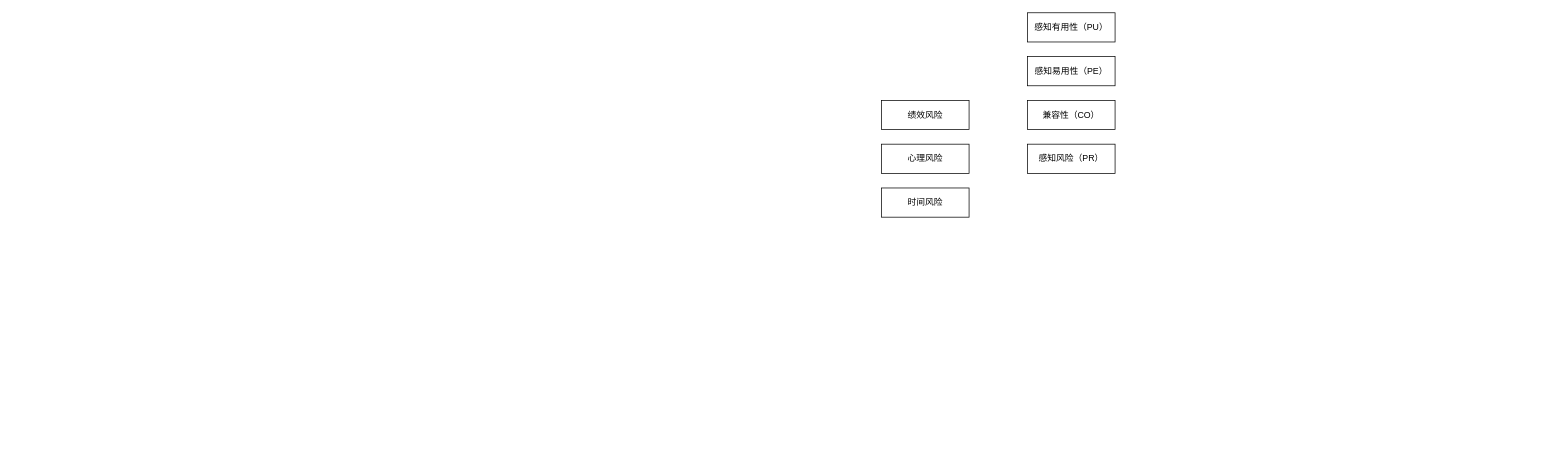
This is page "DTPB" (3 of 8) of js/strategyrTree.drawio from feiaaa/a-python-proj-crawler, a draw.io file, before an edit. Source tidied: cells renumbered, new cells numbered last; positions are measured from the earlier drawing's top-left corner, leaving out a move shared by most shapes. Both pictures are drawn from the tidied source at 73%, with x=0, y=0 at pixel (881, 12).
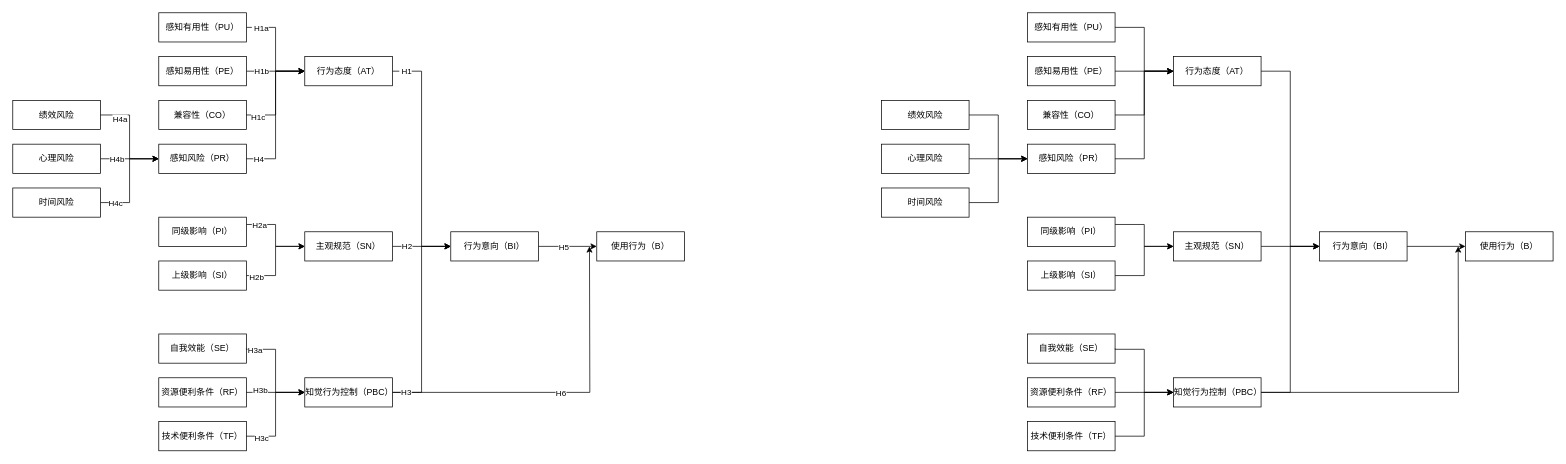
The same page after the edit.

Unchanged cells that the change refers to:
```xml
<mxCell id="2" value="感知有用性（PU）" style="rounded=0;whiteSpace=wrap;html=1;" parent="1" vertex="1">
  <mxGeometry x="200" width="120" height="40" as="geometry" />
</mxCell>
<mxCell id="3" value="感知易用性（PE）" style="rounded=0;whiteSpace=wrap;html=1;" parent="1" vertex="1">
  <mxGeometry x="200" y="60" width="120" height="40" as="geometry" />
</mxCell>
<mxCell id="5" value="感知风险（PR）" style="rounded=0;whiteSpace=wrap;html=1;" parent="1" vertex="1">
  <mxGeometry x="200" y="180" width="120" height="40" as="geometry" />
</mxCell>
<mxCell id="6" value="绩效风险" style="rounded=0;whiteSpace=wrap;html=1;" parent="1" vertex="1">
  <mxGeometry y="120" width="120" height="40" as="geometry" />
</mxCell>
<mxCell id="7" value="心理风险" style="rounded=0;whiteSpace=wrap;html=1;" parent="1" vertex="1">
  <mxGeometry y="180" width="120" height="40" as="geometry" />
</mxCell>
<mxCell id="8" value="时间风险" style="rounded=0;whiteSpace=wrap;html=1;" parent="1" vertex="1">
  <mxGeometry y="240" width="120" height="40" as="geometry" />
</mxCell>
```

The edit, as a diff of the source:
```diff
@@
+    <mxCell id="9" style="edgeStyle=orthogonalEdgeStyle;rounded=0;jettySize=auto;html=1;exitX=1;exitY=0.5;exitDx=0;exitDy=0;entryX=0;entryY=0.5;entryDx=0;entryDy=0;" parent="1" edge="1" source="2" target="22">
+      <mxGeometry relative="1" as="geometry" />
+    </mxCell>
@@
+    <mxCell id="10" style="edgeStyle=orthogonalEdgeStyle;rounded=0;jettySize=auto;html=1;exitX=1;exitY=0.5;exitDx=0;exitDy=0;entryX=0;entryY=0.5;entryDx=0;entryDy=0;" parent="1" edge="1" source="3" target="22">
+      <mxGeometry relative="1" as="geometry" />
+    </mxCell>
@@
+    <mxCell id="11" style="edgeStyle=orthogonalEdgeStyle;rounded=0;jettySize=auto;html=1;exitX=1;exitY=0.5;exitDx=0;exitDy=0;entryX=0;entryY=0.5;entryDx=0;entryDy=0;" parent="1" edge="1" source="6" target="5">
+      <mxGeometry relative="1" as="geometry" />
+    </mxCell>
@@
+    <mxCell id="12" style="edgeStyle=orthogonalEdgeStyle;rounded=0;jettySize=auto;html=1;exitX=1;exitY=0.5;exitDx=0;exitDy=0;" parent="1" edge="1" source="7">
+      <mxGeometry relative="1" as="geometry">
+        <mxPoint x="200" y="200" as="targetPoint" />
+      </mxGeometry>
+    </mxCell>
@@
+    <mxCell id="13" style="edgeStyle=orthogonalEdgeStyle;rounded=0;jettySize=auto;html=1;exitX=1;exitY=0.5;exitDx=0;exitDy=0;" parent="1" edge="1" source="8">
+      <mxGeometry relative="1" as="geometry">
+        <mxPoint x="200" y="200" as="targetPoint" />
+        <Array as="points">
+          <mxPoint x="160" y="260" />
+          <mxPoint x="160" y="200" />
+        </Array>
+      </mxGeometry>
+    </mxCell>
@@
+    <mxCell id="14" style="edgeStyle=orthogonalEdgeStyle;rounded=0;jettySize=auto;html=1;exitX=1;exitY=0.25;exitDx=0;exitDy=0;entryX=0;entryY=0.5;entryDx=0;entryDy=0;" parent="1" edge="1" source="15" target="24">
+      <mxGeometry relative="1" as="geometry" />
+    </mxCell>
+    <mxCell id="15" value="同级影响（PI）" style="rounded=0;whiteSpace=wrap;html=1;" parent="1" vertex="1">
+      <mxGeometry x="200" y="280" width="120" height="40" as="geometry" />
+    </mxCell>
+    <mxCell id="16" style="edgeStyle=orthogonalEdgeStyle;rounded=0;jettySize=auto;html=1;exitX=1;exitY=0.5;exitDx=0;exitDy=0;entryX=0;entryY=0.5;entryDx=0;entryDy=0;" parent="1" edge="1" source="17" target="24">
+      <mxGeometry relative="1" as="geometry" />
+    </mxCell>
+    <mxCell id="17" value="上级影响（SI）" style="rounded=0;whiteSpace=wrap;html=1;" parent="1" vertex="1">
+      <mxGeometry x="200" y="340" width="120" height="40" as="geometry" />
+    </mxCell>
+    <mxCell id="18" value="自我效能（SE）" style="rounded=0;whiteSpace=wrap;html=1;" parent="1" vertex="1">
+      <mxGeometry x="200" y="440" width="120" height="40" as="geometry" />
+    </mxCell>
+    <mxCell id="19" value="资源便利条件（RF）" style="rounded=0;whiteSpace=wrap;html=1;" parent="1" vertex="1">
+      <mxGeometry x="200" y="500" width="120" height="40" as="geometry" />
+    </mxCell>
+    <mxCell id="20" value="技术便利条件（TF）" style="rounded=0;whiteSpace=wrap;html=1;" parent="1" vertex="1">
+      <mxGeometry x="200" y="560" width="120" height="40" as="geometry" />
+    </mxCell>
+    <mxCell id="21" style="edgeStyle=orthogonalEdgeStyle;rounded=0;jettySize=auto;html=1;exitX=1;exitY=0.5;exitDx=0;exitDy=0;entryX=0;entryY=0.5;entryDx=0;entryDy=0;" parent="1" edge="1" source="22" target="29">
+      <mxGeometry relative="1" as="geometry" />
+    </mxCell>
+    <mxCell id="22" value="行为态度（AT）" style="rounded=0;whiteSpace=wrap;html=1;" parent="1" vertex="1">
+      <mxGeometry x="400" y="60" width="120" height="40" as="geometry" />
+    </mxCell>
+    <mxCell id="23" style="edgeStyle=orthogonalEdgeStyle;rounded=0;jettySize=auto;html=1;exitX=1;exitY=0.5;exitDx=0;exitDy=0;entryX=0;entryY=0.5;entryDx=0;entryDy=0;" parent="1" edge="1" source="24" target="29">
+      <mxGeometry relative="1" as="geometry" />
+    </mxCell>
+    <mxCell id="24" value="主观规范（SN）" style="rounded=0;whiteSpace=wrap;html=1;" parent="1" vertex="1">
+      <mxGeometry x="400" y="300" width="120" height="40" as="geometry" />
+    </mxCell>
+    <mxCell id="25" style="edgeStyle=orthogonalEdgeStyle;rounded=0;jettySize=auto;html=1;exitX=1;exitY=0.5;exitDx=0;exitDy=0;entryX=0;entryY=0.5;entryDx=0;entryDy=0;" parent="1" edge="1" source="27" target="29">
+      <mxGeometry relative="1" as="geometry" />
+    </mxCell>
+    <mxCell id="26" style="edgeStyle=orthogonalEdgeStyle;rounded=0;jettySize=auto;html=1;exitX=1;exitY=0.5;exitDx=0;exitDy=0;" parent="1" edge="1" source="27">
+      <mxGeometry relative="1" as="geometry">
+        <mxPoint x="790" y="320" as="targetPoint" />
+      </mxGeometry>
+    </mxCell>
+    <mxCell id="27" value="知觉行为控制（PBC）" style="rounded=0;whiteSpace=wrap;html=1;" parent="1" vertex="1">
+      <mxGeometry x="400" y="500" width="120" height="40" as="geometry" />
+    </mxCell>
+    <mxCell id="28" style="edgeStyle=orthogonalEdgeStyle;rounded=0;jettySize=auto;html=1;exitX=1;exitY=0.5;exitDx=0;exitDy=0;entryX=0;entryY=0.5;entryDx=0;entryDy=0;" parent="1" edge="1" source="29" target="30">
+      <mxGeometry relative="1" as="geometry" />
+    </mxCell>
+    <mxCell id="29" value="行为意向（BI）" style="rounded=0;whiteSpace=wrap;html=1;" parent="1" vertex="1">
+      <mxGeometry x="600" y="300" width="120" height="40" as="geometry" />
+    </mxCell>
+    <mxCell id="30" value="使用行为（B）" style="rounded=0;whiteSpace=wrap;html=1;" parent="1" vertex="1">
+      <mxGeometry x="800" y="300" width="120" height="40" as="geometry" />
+    </mxCell>
+    <mxCell id="31" style="edgeStyle=orthogonalEdgeStyle;rounded=0;orthogonalLoop=1;jettySize=auto;html=1;exitX=1;exitY=0.5;exitDx=0;exitDy=0;" parent="1" edge="1">
+      <mxGeometry relative="1" as="geometry">
+        <mxPoint x="320" y="140" as="sourcePoint" />
+        <mxPoint x="400" y="80" as="targetPoint" />
+        <Array as="points">
+          <mxPoint x="360" y="140" />
+          <mxPoint x="360" y="80" />
+        </Array>
+      </mxGeometry>
+    </mxCell>
+    <mxCell id="32" style="edgeStyle=orthogonalEdgeStyle;rounded=0;jettySize=auto;html=1;exitX=1;exitY=0.5;exitDx=0;exitDy=0;entryX=0;entryY=0.5;entryDx=0;entryDy=0;" parent="1" edge="1" source="5" target="22">
+      <mxGeometry relative="1" as="geometry">
+        <Array as="points">
+          <mxPoint x="360" y="200" />
+          <mxPoint x="360" y="80" />
+        </Array>
+      </mxGeometry>
+    </mxCell>
+    <mxCell id="33" style="edgeStyle=orthogonalEdgeStyle;rounded=0;orthogonalLoop=1;jettySize=auto;html=1;exitX=1;exitY=0.5;exitDx=0;exitDy=0;entryX=0;entryY=0.5;entryDx=0;entryDy=0;" parent="1" edge="1">
+      <mxGeometry relative="1" as="geometry">
+        <mxPoint x="320" y="460" as="sourcePoint" />
+        <mxPoint x="400" y="520" as="targetPoint" />
+        <Array as="points">
+          <mxPoint x="360" y="461" />
+          <mxPoint x="360" y="520" />
+        </Array>
+      </mxGeometry>
+    </mxCell>
+    <mxCell id="34" style="edgeStyle=orthogonalEdgeStyle;rounded=0;orthogonalLoop=1;jettySize=auto;html=1;exitX=1;exitY=0.5;exitDx=0;exitDy=0;" parent="1" edge="1">
+      <mxGeometry relative="1" as="geometry">
+        <mxPoint x="320" y="520" as="sourcePoint" />
+        <mxPoint x="400" y="520" as="targetPoint" />
+      </mxGeometry>
+    </mxCell>
+    <mxCell id="35" style="edgeStyle=orthogonalEdgeStyle;rounded=0;orthogonalLoop=1;jettySize=auto;html=1;exitX=1;exitY=0.5;exitDx=0;exitDy=0;" parent="1" edge="1">
+      <mxGeometry relative="1" as="geometry">
+        <mxPoint x="320" y="580" as="sourcePoint" />
+        <mxPoint x="400" y="520" as="targetPoint" />
+        <Array as="points">
+          <mxPoint x="360" y="580" />
+          <mxPoint x="360" y="520" />
+        </Array>
+      </mxGeometry>
+    </mxCell>
+    <mxCell id="36" style="edgeStyle=orthogonalEdgeStyle;rounded=0;jettySize=auto;html=1;exitX=1;exitY=0.5;exitDx=0;exitDy=0;entryX=0;entryY=0.5;entryDx=0;entryDy=0;" parent="1" edge="1" source="38" target="64">
+      <mxGeometry relative="1" as="geometry" />
+    </mxCell>
+    <mxCell id="37" value="&amp;nbsp;H1a" style="edgeLabel;html=1;align=center;verticalAlign=middle;" parent="36" vertex="1">
+      <mxGeometry x="-0.74" relative="1" as="geometry" />
+    </mxCell>
+    <mxCell id="38" value="感知有用性（PU）" style="rounded=0;whiteSpace=wrap;html=1;" parent="1" vertex="1">
+      <mxGeometry x="-990" width="120" height="40" as="geometry" />
+    </mxCell>
+    <mxCell id="39" style="edgeStyle=orthogonalEdgeStyle;rounded=0;jettySize=auto;html=1;exitX=1;exitY=0.5;exitDx=0;exitDy=0;entryX=0;entryY=0.5;entryDx=0;entryDy=0;" parent="1" edge="1" source="41" target="64">
+      <mxGeometry relative="1" as="geometry" />
+    </mxCell>
+    <mxCell id="40" value="H1b" style="edgeLabel;html=1;align=center;verticalAlign=middle;" parent="39" vertex="1">
+      <mxGeometry x="-0.49" relative="1" as="geometry" />
+    </mxCell>
+    <mxCell id="41" value="感知易用性（PE）" style="rounded=0;whiteSpace=wrap;html=1;" parent="1" vertex="1">
+      <mxGeometry x="-990" y="60" width="120" height="40" as="geometry" />
+    </mxCell>
+    <mxCell id="42" value="兼容性（CO）" style="rounded=0;whiteSpace=wrap;html=1;" parent="1" vertex="1">
+      <mxGeometry x="-990" y="120" width="120" height="40" as="geometry" />
+    </mxCell>
+    <mxCell id="43" value="感知风险（PR）" style="rounded=0;whiteSpace=wrap;html=1;" parent="1" vertex="1">
+      <mxGeometry x="-990" y="180" width="120" height="40" as="geometry" />
+    </mxCell>
+    <mxCell id="44" style="edgeStyle=orthogonalEdgeStyle;rounded=0;jettySize=auto;html=1;exitX=1;exitY=0.5;exitDx=0;exitDy=0;entryX=0;entryY=0.5;entryDx=0;entryDy=0;" parent="1" edge="1" source="46" target="43">
+      <mxGeometry relative="1" as="geometry" />
+    </mxCell>
+    <mxCell id="45" value="H4a" style="edgeLabel;html=1;align=center;verticalAlign=middle;" parent="44" vertex="1">
+      <mxGeometry x="-0.64" y="-5" relative="1" as="geometry">
+        <mxPoint x="1" as="offset" />
+      </mxGeometry>
+    </mxCell>
+    <mxCell id="46" value="绩效风险" style="rounded=0;whiteSpace=wrap;html=1;" parent="1" vertex="1">
+      <mxGeometry x="-1190" y="120" width="120" height="40" as="geometry" />
+    </mxCell>
+    <mxCell id="47" style="edgeStyle=orthogonalEdgeStyle;rounded=0;jettySize=auto;html=1;exitX=1;exitY=0.5;exitDx=0;exitDy=0;" parent="1" edge="1" source="49">
+      <mxGeometry relative="1" as="geometry">
+        <mxPoint x="-990" y="200" as="targetPoint" />
+      </mxGeometry>
+    </mxCell>
+    <mxCell id="48" value="H4b" style="edgeLabel;html=1;align=center;verticalAlign=middle;" parent="47" vertex="1">
+      <mxGeometry x="-0.46" relative="1" as="geometry" />
+    </mxCell>
+    <mxCell id="49" value="心理风险" style="rounded=0;whiteSpace=wrap;html=1;" parent="1" vertex="1">
+      <mxGeometry x="-1190" y="180" width="120" height="40" as="geometry" />
+    </mxCell>
+    <mxCell id="50" style="edgeStyle=orthogonalEdgeStyle;rounded=0;jettySize=auto;html=1;exitX=1;exitY=0.5;exitDx=0;exitDy=0;" parent="1" edge="1" source="52">
+      <mxGeometry relative="1" as="geometry">
+        <mxPoint x="-990" y="200" as="targetPoint" />
+        <Array as="points">
+          <mxPoint x="-1030" y="260" />
+          <mxPoint x="-1030" y="200" />
+        </Array>
+      </mxGeometry>
+    </mxCell>
+    <mxCell id="51" value="H4c" style="edgeLabel;html=1;align=center;verticalAlign=middle;" parent="50" vertex="1">
+      <mxGeometry x="-0.71" relative="1" as="geometry" />
+    </mxCell>
+    <mxCell id="52" value="时间风险" style="rounded=0;whiteSpace=wrap;html=1;" parent="1" vertex="1">
+      <mxGeometry x="-1190" y="240" width="120" height="40" as="geometry" />
+    </mxCell>
+    <mxCell id="53" style="edgeStyle=orthogonalEdgeStyle;rounded=0;jettySize=auto;html=1;exitX=1;exitY=0.25;exitDx=0;exitDy=0;entryX=0;entryY=0.5;entryDx=0;entryDy=0;" parent="1" edge="1" source="55" target="67">
+      <mxGeometry relative="1" as="geometry" />
+    </mxCell>
+    <mxCell id="54" value="H2a" style="edgeLabel;html=1;align=center;verticalAlign=middle;" parent="53" vertex="1">
+      <mxGeometry x="-0.68" y="-1" relative="1" as="geometry">
+        <mxPoint x="-1" as="offset" />
+      </mxGeometry>
+    </mxCell>
+    <mxCell id="55" value="同级影响（PI）" style="rounded=0;whiteSpace=wrap;html=1;" parent="1" vertex="1">
+      <mxGeometry x="-990" y="280" width="120" height="40" as="geometry" />
+    </mxCell>
+    <mxCell id="56" style="edgeStyle=orthogonalEdgeStyle;rounded=0;jettySize=auto;html=1;exitX=1;exitY=0.5;exitDx=0;exitDy=0;entryX=0;entryY=0.5;entryDx=0;entryDy=0;" parent="1" edge="1" source="58" target="67">
+      <mxGeometry relative="1" as="geometry" />
+    </mxCell>
+    <mxCell id="57" value="H2b" style="edgeLabel;html=1;align=center;verticalAlign=middle;" parent="56" vertex="1">
+      <mxGeometry x="-0.76" y="-2" relative="1" as="geometry">
+        <mxPoint x="-1" as="offset" />
+      </mxGeometry>
+    </mxCell>
+    <mxCell id="58" value="上级影响（SI）" style="rounded=0;whiteSpace=wrap;html=1;" parent="1" vertex="1">
+      <mxGeometry x="-990" y="340" width="120" height="40" as="geometry" />
+    </mxCell>
+    <mxCell id="59" value="自我效能（SE）" style="rounded=0;whiteSpace=wrap;html=1;" parent="1" vertex="1">
+      <mxGeometry x="-990" y="440" width="120" height="40" as="geometry" />
+    </mxCell>
+    <mxCell id="60" value="资源便利条件（RF）" style="rounded=0;whiteSpace=wrap;html=1;" parent="1" vertex="1">
+      <mxGeometry x="-990" y="500" width="120" height="40" as="geometry" />
+    </mxCell>
+    <mxCell id="61" value="技术便利条件（TF）" style="rounded=0;whiteSpace=wrap;html=1;" parent="1" vertex="1">
+      <mxGeometry x="-990" y="560" width="120" height="40" as="geometry" />
+    </mxCell>
+    <mxCell id="62" style="edgeStyle=orthogonalEdgeStyle;rounded=0;jettySize=auto;html=1;exitX=1;exitY=0.5;exitDx=0;exitDy=0;entryX=0;entryY=0.5;entryDx=0;entryDy=0;" parent="1" edge="1" source="64" target="75">
+      <mxGeometry relative="1" as="geometry" />
+    </mxCell>
+    <mxCell id="63" value="&amp;nbsp;H1" style="edgeLabel;html=1;align=center;verticalAlign=middle;" parent="62" vertex="1">
+      <mxGeometry x="-0.89" relative="1" as="geometry">
+        <mxPoint x="-1" as="offset" />
+      </mxGeometry>
+    </mxCell>
+    <mxCell id="64" value="行为态度（AT）" style="rounded=0;whiteSpace=wrap;html=1;" parent="1" vertex="1">
+      <mxGeometry x="-790" y="60" width="120" height="40" as="geometry" />
+    </mxCell>
+    <mxCell id="65" style="edgeStyle=orthogonalEdgeStyle;rounded=0;jettySize=auto;html=1;exitX=1;exitY=0.5;exitDx=0;exitDy=0;entryX=0;entryY=0.5;entryDx=0;entryDy=0;" parent="1" edge="1" source="67" target="75">
+      <mxGeometry relative="1" as="geometry" />
+    </mxCell>
+    <mxCell id="66" value="H2" style="edgeLabel;html=1;align=center;verticalAlign=middle;" parent="65" vertex="1">
+      <mxGeometry x="-0.56" y="1" relative="1" as="geometry">
+        <mxPoint x="1" as="offset" />
+      </mxGeometry>
+    </mxCell>
+    <mxCell id="67" value="主观规范（SN）" style="rounded=0;whiteSpace=wrap;html=1;" parent="1" vertex="1">
+      <mxGeometry x="-790" y="300" width="120" height="40" as="geometry" />
+    </mxCell>
+    <mxCell id="68" style="edgeStyle=orthogonalEdgeStyle;rounded=0;jettySize=auto;html=1;exitX=1;exitY=0.5;exitDx=0;exitDy=0;entryX=0;entryY=0.5;entryDx=0;entryDy=0;" parent="1" edge="1" source="72" target="75">
+      <mxGeometry relative="1" as="geometry" />
+    </mxCell>
+    <mxCell id="69" style="edgeStyle=orthogonalEdgeStyle;rounded=0;jettySize=auto;html=1;exitX=1;exitY=0.5;exitDx=0;exitDy=0;" parent="1" edge="1" source="72">
+      <mxGeometry relative="1" as="geometry">
+        <mxPoint x="-400" y="320" as="targetPoint" />
+      </mxGeometry>
+    </mxCell>
+    <mxCell id="70" value="H3" style="edgeLabel;html=1;align=center;verticalAlign=middle;" parent="69" vertex="1">
+      <mxGeometry x="-0.92" y="1" relative="1" as="geometry">
+        <mxPoint x="-1" as="offset" />
+      </mxGeometry>
+    </mxCell>
+    <mxCell id="71" value="H6" style="edgeLabel;html=1;align=center;verticalAlign=middle;" parent="69" vertex="1">
+      <mxGeometry x="0.08" relative="1" as="geometry">
+        <mxPoint x="-24" as="offset" />
+      </mxGeometry>
+    </mxCell>
+    <mxCell id="72" value="知觉行为控制（PBC）" style="rounded=0;whiteSpace=wrap;html=1;" parent="1" vertex="1">
+      <mxGeometry x="-790" y="500" width="120" height="40" as="geometry" />
+    </mxCell>
+    <mxCell id="73" style="edgeStyle=orthogonalEdgeStyle;rounded=0;jettySize=auto;html=1;exitX=1;exitY=0.5;exitDx=0;exitDy=0;entryX=0;entryY=0.5;entryDx=0;entryDy=0;" parent="1" edge="1" source="75" target="76">
+      <mxGeometry relative="1" as="geometry" />
+    </mxCell>
+    <mxCell id="74" value="H5" style="edgeLabel;html=1;align=center;verticalAlign=middle;" parent="73" vertex="1">
+      <mxGeometry x="-0.17" relative="1" as="geometry">
+        <mxPoint x="1" as="offset" />
+      </mxGeometry>
+    </mxCell>
+    <mxCell id="75" value="行为意向（BI）" style="rounded=0;whiteSpace=wrap;html=1;" parent="1" vertex="1">
+      <mxGeometry x="-590" y="300" width="120" height="40" as="geometry" />
+    </mxCell>
+    <mxCell id="76" value="使用行为（B）" style="rounded=0;whiteSpace=wrap;html=1;" parent="1" vertex="1">
+      <mxGeometry x="-390" y="300" width="120" height="40" as="geometry" />
+    </mxCell>
+    <mxCell id="77" style="edgeStyle=orthogonalEdgeStyle;rounded=0;orthogonalLoop=1;jettySize=auto;html=1;exitX=1;exitY=0.5;exitDx=0;exitDy=0;" parent="1" edge="1">
+      <mxGeometry relative="1" as="geometry">
+        <mxPoint x="-870" y="140" as="sourcePoint" />
+        <mxPoint x="-790" y="80" as="targetPoint" />
+        <Array as="points">
+          <mxPoint x="-830" y="140" />
+          <mxPoint x="-830" y="80" />
+        </Array>
+      </mxGeometry>
+    </mxCell>
+    <mxCell id="78" value="H1&lt;span style=&quot;background-color: light-dark(#ffffff, var(--ge-dark-color, #121212)); color: light-dark(rgb(0, 0, 0), rgb(255, 255, 255));&quot;&gt;c&lt;/span&gt;" style="edgeLabel;html=1;align=center;verticalAlign=middle;" parent="77" vertex="1">
+      <mxGeometry x="-0.78" y="-2" relative="1" as="geometry" />
+    </mxCell>
+    <mxCell id="79" style="edgeStyle=orthogonalEdgeStyle;rounded=0;jettySize=auto;html=1;exitX=1;exitY=0.5;exitDx=0;exitDy=0;entryX=0;entryY=0.5;entryDx=0;entryDy=0;" parent="1" edge="1" source="43" target="64">
+      <mxGeometry relative="1" as="geometry">
+        <Array as="points">
+          <mxPoint x="-830" y="200" />
+          <mxPoint x="-830" y="80" />
+        </Array>
+      </mxGeometry>
+    </mxCell>
+    <mxCell id="80" value="H4" style="edgeLabel;html=1;align=center;verticalAlign=middle;" parent="79" vertex="1">
+      <mxGeometry x="-0.84" relative="1" as="geometry" />
+    </mxCell>
+    <mxCell id="81" style="edgeStyle=orthogonalEdgeStyle;rounded=0;orthogonalLoop=1;jettySize=auto;html=1;exitX=1;exitY=0.5;exitDx=0;exitDy=0;entryX=0;entryY=0.5;entryDx=0;entryDy=0;" parent="1" edge="1">
+      <mxGeometry relative="1" as="geometry">
+        <mxPoint x="-870" y="460" as="sourcePoint" />
+        <mxPoint x="-790" y="520" as="targetPoint" />
+        <Array as="points">
+          <mxPoint x="-830" y="461" />
+          <mxPoint x="-830" y="520" />
+        </Array>
+      </mxGeometry>
+    </mxCell>
+    <mxCell id="82" value="H3a" style="edgeLabel;html=1;align=center;verticalAlign=middle;" parent="81" vertex="1">
+      <mxGeometry x="-0.81" relative="1" as="geometry">
+        <mxPoint x="-1" as="offset" />
+      </mxGeometry>
+    </mxCell>
+    <mxCell id="83" style="edgeStyle=orthogonalEdgeStyle;rounded=0;orthogonalLoop=1;jettySize=auto;html=1;exitX=1;exitY=0.5;exitDx=0;exitDy=0;" parent="1" edge="1">
+      <mxGeometry relative="1" as="geometry">
+        <mxPoint x="-870" y="520" as="sourcePoint" />
+        <mxPoint x="-790" y="520" as="targetPoint" />
+      </mxGeometry>
+    </mxCell>
+    <mxCell id="84" value="H3b" style="edgeLabel;html=1;align=center;verticalAlign=middle;" parent="83" vertex="1">
+      <mxGeometry x="-0.52" y="3" relative="1" as="geometry">
+        <mxPoint x="-1" as="offset" />
+      </mxGeometry>
+    </mxCell>
+    <mxCell id="85" style="edgeStyle=orthogonalEdgeStyle;rounded=0;orthogonalLoop=1;jettySize=auto;html=1;exitX=1;exitY=0.5;exitDx=0;exitDy=0;" parent="1" edge="1">
+      <mxGeometry relative="1" as="geometry">
+        <mxPoint x="-870" y="580" as="sourcePoint" />
+        <mxPoint x="-790" y="520" as="targetPoint" />
+        <Array as="points">
+          <mxPoint x="-830" y="580" />
+          <mxPoint x="-830" y="520" />
+        </Array>
+      </mxGeometry>
+    </mxCell>
+    <mxCell id="86" value="H3c" style="edgeLabel;html=1;align=center;verticalAlign=middle;" parent="85" vertex="1">
+      <mxGeometry x="-0.73" y="-2" relative="1" as="geometry">
+        <mxPoint x="1" as="offset" />
+      </mxGeometry>
+    </mxCell>
```
